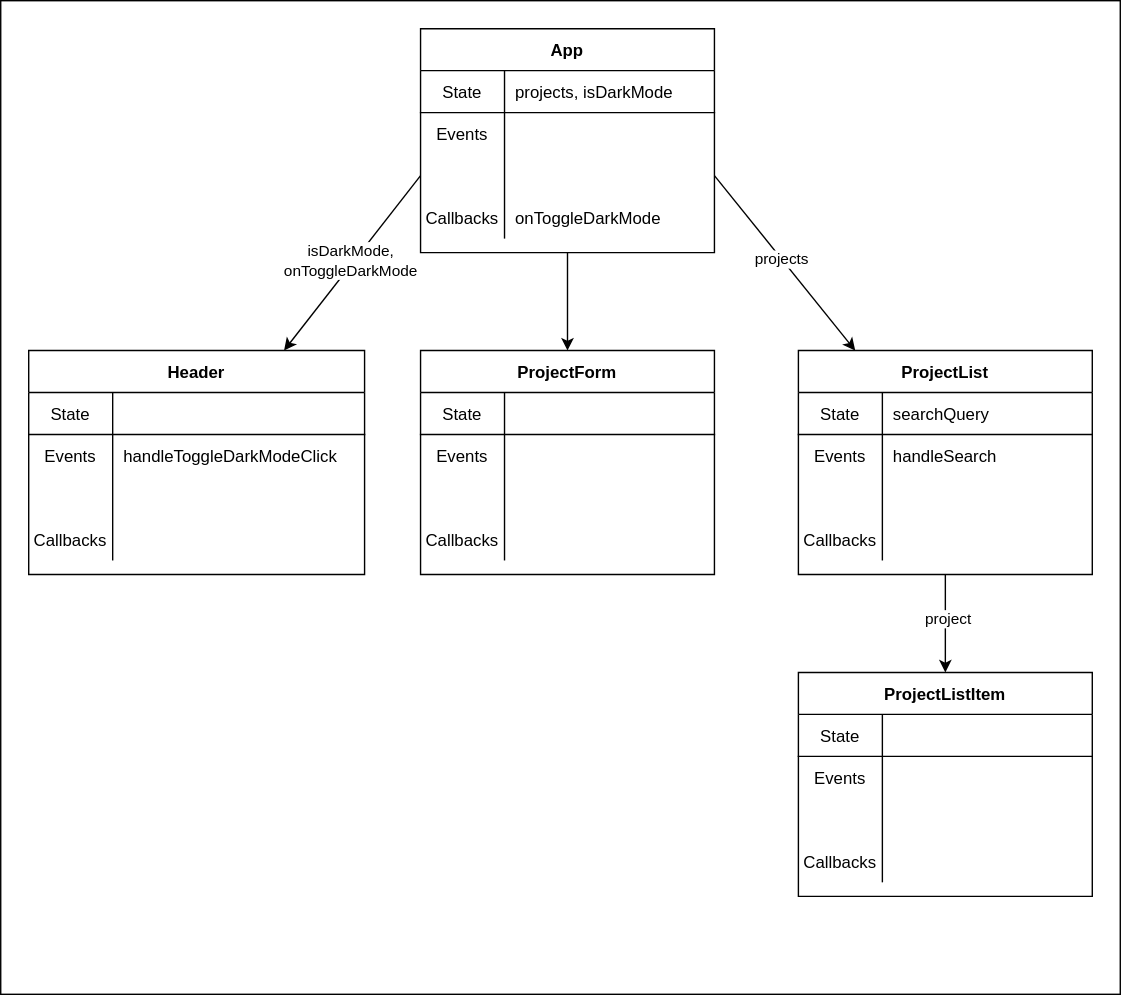
learn-co-students/SENG-LIVE-080822-Phase-2-React keeps this draw.io diagram as 04_react_forms/assets/component-hierarchy-with-data-flow.drawio.svg. Above is the earlier version. Source tidied: cells renumbered, new cells last; positions are measured from the earlier drawing's top-left corner, leaving out a move shared by most shapes. Source of this version:
```xml
<mxGraphModel>
  <root>
    <mxCell id="0" />
    <mxCell id="1" parent="0" />
    <mxCell id="2" style="rounded=0;whiteSpace=wrap;html=1;" parent="1" vertex="1">
      <mxGeometry width="800" height="710" as="geometry" />
    </mxCell>
    <mxCell id="3" style="edgeStyle=none;html=1;exitX=0;exitY=0.5;exitDx=0;exitDy=0;" parent="1" edge="1" source="15" target="21">
      <mxGeometry relative="1" as="geometry" />
    </mxCell>
    <mxCell id="4" value="isDarkMode,&lt;br&gt;onToggleDarkMode" style="edgeLabel;html=1;align=center;verticalAlign=middle;" parent="3" vertex="1">
      <mxGeometry y="-3" relative="1" as="geometry" />
    </mxCell>
    <mxCell id="5" style="edgeStyle=none;html=1;" parent="1" edge="1" source="8" target="34">
      <mxGeometry relative="1" as="geometry" />
    </mxCell>
    <mxCell id="6" style="edgeStyle=none;html=1;exitX=1;exitY=0.5;exitDx=0;exitDy=0;" parent="1" edge="1" source="15" target="49">
      <mxGeometry relative="1" as="geometry" />
    </mxCell>
    <mxCell id="7" value="projects" style="edgeLabel;html=1;align=center;verticalAlign=middle;" parent="6" vertex="1">
      <mxGeometry x="-0.06" relative="1" as="geometry" />
    </mxCell>
    <mxCell id="8" value="App" style="shape=table;startSize=30;rowLines=0;fontStyle=1;align=center;" parent="1" vertex="1">
      <mxGeometry x="300" y="20" width="210" height="160" as="geometry" />
    </mxCell>
    <mxCell id="9" style="shape=partialRectangle;fillColor=none;top=0;left=0;bottom=1;right=0;" parent="8" vertex="1">
      <mxGeometry y="30" width="210" height="30" as="geometry" />
    </mxCell>
    <mxCell id="10" value="State" style="shape=partialRectangle;fillColor=none;top=0;left=0;bottom=0;right=0;fontStyle=0;overflow=hidden;" parent="9" vertex="1">
      <mxGeometry width="60" height="30" as="geometry" />
    </mxCell>
    <mxCell id="11" value="projects, isDarkMode" style="shape=partialRectangle;fillColor=none;top=0;left=0;bottom=0;right=0;align=left;spacingLeft=6;fontStyle=0;overflow=hidden;" parent="9" vertex="1">
      <mxGeometry x="60" width="150" height="30" as="geometry" />
    </mxCell>
    <mxCell id="12" style="shape=partialRectangle;fillColor=none;top=0;left=0;bottom=0;right=0;" parent="8" vertex="1">
      <mxGeometry y="60" width="210" height="30" as="geometry" />
    </mxCell>
    <mxCell id="13" value="Events" style="shape=partialRectangle;fillColor=none;top=0;left=0;bottom=0;right=0;overflow=hidden;" parent="12" vertex="1">
      <mxGeometry width="60" height="30" as="geometry" />
    </mxCell>
    <mxCell id="14" style="shape=partialRectangle;fillColor=none;top=0;left=0;bottom=0;right=0;align=left;spacingLeft=6;overflow=hidden;" parent="12" vertex="1">
      <mxGeometry x="60" width="150" height="30" as="geometry" />
    </mxCell>
    <mxCell id="15" style="shape=partialRectangle;fillColor=none;top=0;left=0;bottom=0;right=0;points=[[0,0.5],[1,0.5]];portConstraint=eastwest;" parent="8" vertex="1">
      <mxGeometry y="90" width="210" height="30" as="geometry" />
    </mxCell>
    <mxCell id="16" style="shape=partialRectangle;fillColor=none;top=0;left=0;bottom=0;right=0;overflow=hidden;" parent="15" vertex="1">
      <mxGeometry width="60" height="30" as="geometry" />
    </mxCell>
    <mxCell id="17" style="shape=partialRectangle;fillColor=none;top=0;left=0;bottom=0;right=0;align=left;spacingLeft=6;overflow=hidden;" parent="15" vertex="1">
      <mxGeometry x="60" width="150" height="30" as="geometry" />
    </mxCell>
    <mxCell id="18" style="shape=partialRectangle;fillColor=none;top=0;left=0;bottom=0;right=0;" parent="8" vertex="1">
      <mxGeometry y="120" width="210" height="30" as="geometry" />
    </mxCell>
    <mxCell id="19" value="Callbacks" style="shape=partialRectangle;fillColor=none;top=0;left=0;bottom=0;right=0;overflow=hidden;" parent="18" vertex="1">
      <mxGeometry width="60" height="30" as="geometry" />
    </mxCell>
    <mxCell id="20" value="onToggleDarkMode" style="shape=partialRectangle;fillColor=none;top=0;left=0;bottom=0;right=0;align=left;spacingLeft=6;overflow=hidden;" parent="18" vertex="1">
      <mxGeometry x="60" width="150" height="30" as="geometry" />
    </mxCell>
    <mxCell id="21" value="Header" style="shape=table;startSize=30;rowLines=0;fontStyle=1;align=center;" parent="1" vertex="1">
      <mxGeometry x="20" y="250" width="240" height="160" as="geometry" />
    </mxCell>
    <mxCell id="22" style="shape=partialRectangle;fillColor=none;top=0;left=0;bottom=1;right=0;" parent="21" vertex="1">
      <mxGeometry y="30" width="240" height="30" as="geometry" />
    </mxCell>
    <mxCell id="23" value="State" style="shape=partialRectangle;fillColor=none;top=0;left=0;bottom=0;right=0;fontStyle=0;overflow=hidden;" parent="22" vertex="1">
      <mxGeometry width="60" height="30" as="geometry" />
    </mxCell>
    <mxCell id="24" style="shape=partialRectangle;fillColor=none;top=0;left=0;bottom=0;right=0;align=left;spacingLeft=6;fontStyle=0;overflow=hidden;" parent="22" vertex="1">
      <mxGeometry x="60" width="180" height="30" as="geometry" />
    </mxCell>
    <mxCell id="25" style="shape=partialRectangle;fillColor=none;top=0;left=0;bottom=0;right=0;" parent="21" vertex="1">
      <mxGeometry y="60" width="240" height="30" as="geometry" />
    </mxCell>
    <mxCell id="26" value="Events" style="shape=partialRectangle;fillColor=none;top=0;left=0;bottom=0;right=0;overflow=hidden;" parent="25" vertex="1">
      <mxGeometry width="60" height="30" as="geometry" />
    </mxCell>
    <mxCell id="27" value="handleToggleDarkModeClick" style="shape=partialRectangle;fillColor=none;top=0;left=0;bottom=0;right=0;align=left;spacingLeft=6;overflow=hidden;" parent="25" vertex="1">
      <mxGeometry x="60" width="180" height="30" as="geometry" />
    </mxCell>
    <mxCell id="28" style="shape=partialRectangle;fillColor=none;top=0;left=0;bottom=0;right=0;" parent="21" vertex="1">
      <mxGeometry y="90" width="240" height="30" as="geometry" />
    </mxCell>
    <mxCell id="29" style="shape=partialRectangle;fillColor=none;top=0;left=0;bottom=0;right=0;overflow=hidden;" parent="28" vertex="1">
      <mxGeometry width="60" height="30" as="geometry" />
    </mxCell>
    <mxCell id="30" style="shape=partialRectangle;fillColor=none;top=0;left=0;bottom=0;right=0;align=left;spacingLeft=6;overflow=hidden;" parent="28" vertex="1">
      <mxGeometry x="60" width="180" height="30" as="geometry" />
    </mxCell>
    <mxCell id="31" style="shape=partialRectangle;fillColor=none;top=0;left=0;bottom=0;right=0;" parent="21" vertex="1">
      <mxGeometry y="120" width="240" height="30" as="geometry" />
    </mxCell>
    <mxCell id="32" value="Callbacks" style="shape=partialRectangle;fillColor=none;top=0;left=0;bottom=0;right=0;overflow=hidden;" parent="31" vertex="1">
      <mxGeometry width="60" height="30" as="geometry" />
    </mxCell>
    <mxCell id="33" style="shape=partialRectangle;fillColor=none;top=0;left=0;bottom=0;right=0;align=left;spacingLeft=6;overflow=hidden;" parent="31" vertex="1">
      <mxGeometry x="60" width="180" height="30" as="geometry" />
    </mxCell>
    <mxCell id="34" value="ProjectForm" style="shape=table;startSize=30;rowLines=0;fontStyle=1;align=center;" parent="1" vertex="1">
      <mxGeometry x="300" y="250" width="210" height="160" as="geometry" />
    </mxCell>
    <mxCell id="35" style="shape=partialRectangle;fillColor=none;top=0;left=0;bottom=1;right=0;" parent="34" vertex="1">
      <mxGeometry y="30" width="210" height="30" as="geometry" />
    </mxCell>
    <mxCell id="36" value="State" style="shape=partialRectangle;fillColor=none;top=0;left=0;bottom=0;right=0;fontStyle=0;overflow=hidden;" parent="35" vertex="1">
      <mxGeometry width="60" height="30" as="geometry" />
    </mxCell>
    <mxCell id="37" style="shape=partialRectangle;fillColor=none;top=0;left=0;bottom=0;right=0;align=left;spacingLeft=6;fontStyle=0;overflow=hidden;" parent="35" vertex="1">
      <mxGeometry x="60" width="150" height="30" as="geometry" />
    </mxCell>
    <mxCell id="38" style="shape=partialRectangle;fillColor=none;top=0;left=0;bottom=0;right=0;" parent="34" vertex="1">
      <mxGeometry y="60" width="210" height="30" as="geometry" />
    </mxCell>
    <mxCell id="39" value="Events" style="shape=partialRectangle;fillColor=none;top=0;left=0;bottom=0;right=0;overflow=hidden;" parent="38" vertex="1">
      <mxGeometry width="60" height="30" as="geometry" />
    </mxCell>
    <mxCell id="40" style="shape=partialRectangle;fillColor=none;top=0;left=0;bottom=0;right=0;align=left;spacingLeft=6;overflow=hidden;" parent="38" vertex="1">
      <mxGeometry x="60" width="150" height="30" as="geometry" />
    </mxCell>
    <mxCell id="41" style="shape=partialRectangle;fillColor=none;top=0;left=0;bottom=0;right=0;" parent="34" vertex="1">
      <mxGeometry y="90" width="210" height="30" as="geometry" />
    </mxCell>
    <mxCell id="42" style="shape=partialRectangle;fillColor=none;top=0;left=0;bottom=0;right=0;overflow=hidden;" parent="41" vertex="1">
      <mxGeometry width="60" height="30" as="geometry" />
    </mxCell>
    <mxCell id="43" style="shape=partialRectangle;fillColor=none;top=0;left=0;bottom=0;right=0;align=left;spacingLeft=6;overflow=hidden;" parent="41" vertex="1">
      <mxGeometry x="60" width="150" height="30" as="geometry" />
    </mxCell>
    <mxCell id="44" style="shape=partialRectangle;fillColor=none;top=0;left=0;bottom=0;right=0;" parent="34" vertex="1">
      <mxGeometry y="120" width="210" height="30" as="geometry" />
    </mxCell>
    <mxCell id="45" value="Callbacks" style="shape=partialRectangle;fillColor=none;top=0;left=0;bottom=0;right=0;overflow=hidden;" parent="44" vertex="1">
      <mxGeometry width="60" height="30" as="geometry" />
    </mxCell>
    <mxCell id="46" style="shape=partialRectangle;fillColor=none;top=0;left=0;bottom=0;right=0;align=left;spacingLeft=6;overflow=hidden;" parent="44" vertex="1">
      <mxGeometry x="60" width="150" height="30" as="geometry" />
    </mxCell>
    <mxCell id="47" style="edgeStyle=none;html=1;" parent="1" edge="1" source="49" target="62">
      <mxGeometry relative="1" as="geometry" />
    </mxCell>
    <mxCell id="48" value="project" style="edgeLabel;html=1;align=center;verticalAlign=middle;" parent="47" vertex="1">
      <mxGeometry x="-0.12" y="1" relative="1" as="geometry" />
    </mxCell>
    <mxCell id="49" value="ProjectList" style="shape=table;startSize=30;rowLines=0;fontStyle=1;align=center;" parent="1" vertex="1">
      <mxGeometry x="570" y="250" width="210" height="160" as="geometry" />
    </mxCell>
    <mxCell id="50" style="shape=partialRectangle;fillColor=none;top=0;left=0;bottom=1;right=0;" parent="49" vertex="1">
      <mxGeometry y="30" width="210" height="30" as="geometry" />
    </mxCell>
    <mxCell id="51" value="State" style="shape=partialRectangle;fillColor=none;top=0;left=0;bottom=0;right=0;fontStyle=0;overflow=hidden;" parent="50" vertex="1">
      <mxGeometry width="60" height="30" as="geometry" />
    </mxCell>
    <mxCell id="52" value="searchQuery" style="shape=partialRectangle;fillColor=none;top=0;left=0;bottom=0;right=0;align=left;spacingLeft=6;fontStyle=0;overflow=hidden;" parent="50" vertex="1">
      <mxGeometry x="60" width="150" height="30" as="geometry" />
    </mxCell>
    <mxCell id="53" style="shape=partialRectangle;fillColor=none;top=0;left=0;bottom=0;right=0;" parent="49" vertex="1">
      <mxGeometry y="60" width="210" height="30" as="geometry" />
    </mxCell>
    <mxCell id="54" value="Events" style="shape=partialRectangle;fillColor=none;top=0;left=0;bottom=0;right=0;overflow=hidden;" parent="53" vertex="1">
      <mxGeometry width="60" height="30" as="geometry" />
    </mxCell>
    <mxCell id="55" value="handleSearch" style="shape=partialRectangle;fillColor=none;top=0;left=0;bottom=0;right=0;align=left;spacingLeft=6;overflow=hidden;" parent="53" vertex="1">
      <mxGeometry x="60" width="150" height="30" as="geometry" />
    </mxCell>
    <mxCell id="56" style="shape=partialRectangle;fillColor=none;top=0;left=0;bottom=0;right=0;" parent="49" vertex="1">
      <mxGeometry y="90" width="210" height="30" as="geometry" />
    </mxCell>
    <mxCell id="57" style="shape=partialRectangle;fillColor=none;top=0;left=0;bottom=0;right=0;overflow=hidden;" parent="56" vertex="1">
      <mxGeometry width="60" height="30" as="geometry" />
    </mxCell>
    <mxCell id="58" style="shape=partialRectangle;fillColor=none;top=0;left=0;bottom=0;right=0;align=left;spacingLeft=6;overflow=hidden;" parent="56" vertex="1">
      <mxGeometry x="60" width="150" height="30" as="geometry" />
    </mxCell>
    <mxCell id="59" style="shape=partialRectangle;fillColor=none;top=0;left=0;bottom=0;right=0;" parent="49" vertex="1">
      <mxGeometry y="120" width="210" height="30" as="geometry" />
    </mxCell>
    <mxCell id="60" value="Callbacks" style="shape=partialRectangle;fillColor=none;top=0;left=0;bottom=0;right=0;overflow=hidden;" parent="59" vertex="1">
      <mxGeometry width="60" height="30" as="geometry" />
    </mxCell>
    <mxCell id="61" style="shape=partialRectangle;fillColor=none;top=0;left=0;bottom=0;right=0;align=left;spacingLeft=6;overflow=hidden;" parent="59" vertex="1">
      <mxGeometry x="60" width="150" height="30" as="geometry" />
    </mxCell>
    <mxCell id="62" value="ProjectListItem" style="shape=table;startSize=30;rowLines=0;fontStyle=1;align=center;" parent="1" vertex="1">
      <mxGeometry x="570" y="480" width="210" height="160" as="geometry" />
    </mxCell>
    <mxCell id="63" style="shape=partialRectangle;fillColor=none;top=0;left=0;bottom=1;right=0;" parent="62" vertex="1">
      <mxGeometry y="30" width="210" height="30" as="geometry" />
    </mxCell>
    <mxCell id="64" value="State" style="shape=partialRectangle;fillColor=none;top=0;left=0;bottom=0;right=0;fontStyle=0;overflow=hidden;" parent="63" vertex="1">
      <mxGeometry width="60" height="30" as="geometry" />
    </mxCell>
    <mxCell id="65" style="shape=partialRectangle;fillColor=none;top=0;left=0;bottom=0;right=0;align=left;spacingLeft=6;fontStyle=0;overflow=hidden;" parent="63" vertex="1">
      <mxGeometry x="60" width="150" height="30" as="geometry" />
    </mxCell>
    <mxCell id="66" style="shape=partialRectangle;fillColor=none;top=0;left=0;bottom=0;right=0;" parent="62" vertex="1">
      <mxGeometry y="60" width="210" height="30" as="geometry" />
    </mxCell>
    <mxCell id="67" value="Events" style="shape=partialRectangle;fillColor=none;top=0;left=0;bottom=0;right=0;overflow=hidden;" parent="66" vertex="1">
      <mxGeometry width="60" height="30" as="geometry" />
    </mxCell>
    <mxCell id="68" style="shape=partialRectangle;fillColor=none;top=0;left=0;bottom=0;right=0;align=left;spacingLeft=6;overflow=hidden;" parent="66" vertex="1">
      <mxGeometry x="60" width="150" height="30" as="geometry" />
    </mxCell>
    <mxCell id="69" style="shape=partialRectangle;fillColor=none;top=0;left=0;bottom=0;right=0;" parent="62" vertex="1">
      <mxGeometry y="90" width="210" height="30" as="geometry" />
    </mxCell>
    <mxCell id="70" style="shape=partialRectangle;fillColor=none;top=0;left=0;bottom=0;right=0;overflow=hidden;" parent="69" vertex="1">
      <mxGeometry width="60" height="30" as="geometry" />
    </mxCell>
    <mxCell id="71" style="shape=partialRectangle;fillColor=none;top=0;left=0;bottom=0;right=0;align=left;spacingLeft=6;overflow=hidden;" parent="69" vertex="1">
      <mxGeometry x="60" width="150" height="30" as="geometry" />
    </mxCell>
    <mxCell id="72" style="shape=partialRectangle;fillColor=none;top=0;left=0;bottom=0;right=0;" parent="62" vertex="1">
      <mxGeometry y="120" width="210" height="30" as="geometry" />
    </mxCell>
    <mxCell id="73" value="Callbacks" style="shape=partialRectangle;fillColor=none;top=0;left=0;bottom=0;right=0;overflow=hidden;" parent="72" vertex="1">
      <mxGeometry width="60" height="30" as="geometry" />
    </mxCell>
    <mxCell id="74" style="shape=partialRectangle;fillColor=none;top=0;left=0;bottom=0;right=0;align=left;spacingLeft=6;overflow=hidden;" parent="72" vertex="1">
      <mxGeometry x="60" width="150" height="30" as="geometry" />
    </mxCell>
  </root>
</mxGraphModel>
```
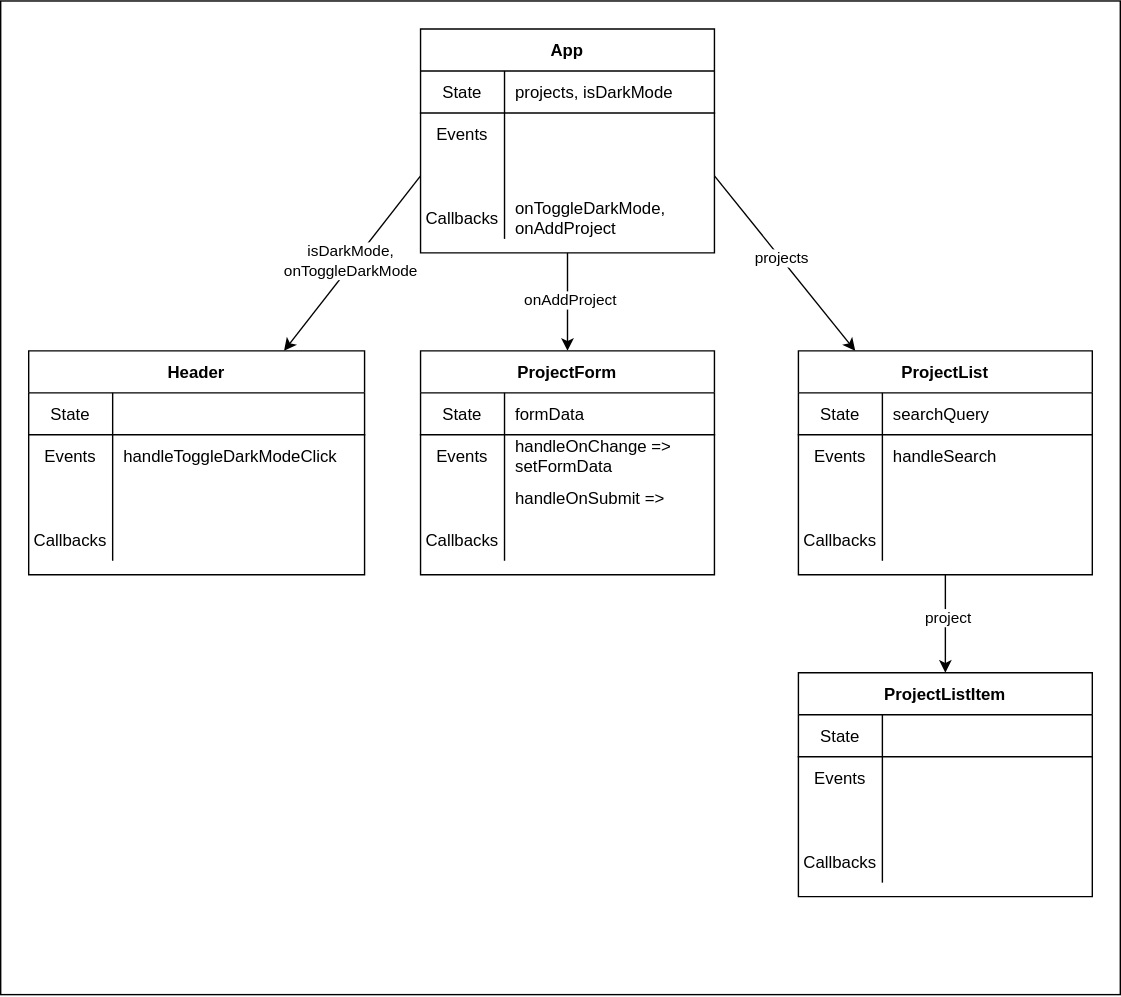
Later version of the same file.

What changed in the source:
```diff
@@ -14,6 +14,9 @@
     <mxCell id="5" style="edgeStyle=none;html=1;" parent="1" edge="1" source="8" target="34">
       <mxGeometry relative="1" as="geometry" />
     </mxCell>
+    <mxCell id="75" value="onAddProject" style="edgeLabel;html=1;align=center;verticalAlign=middle;" parent="5" vertex="1">
+      <mxGeometry x="-0.05" y="1" relative="1" as="geometry" />
+    </mxCell>
     <mxCell id="6" style="edgeStyle=none;html=1;exitX=1;exitY=0.5;exitDx=0;exitDy=0;" parent="1" edge="1" source="15" target="49">
       <mxGeometry relative="1" as="geometry" />
     </mxCell>
@@ -56,7 +59,7 @@
     <mxCell id="19" value="Callbacks" style="shape=partialRectangle;fillColor=none;top=0;left=0;bottom=0;right=0;overflow=hidden;" parent="18" vertex="1">
       <mxGeometry width="60" height="30" as="geometry" />
     </mxCell>
-    <mxCell id="20" value="onToggleDarkMode" style="shape=partialRectangle;fillColor=none;top=0;left=0;bottom=0;right=0;align=left;spacingLeft=6;overflow=hidden;" parent="18" vertex="1">
+    <mxCell id="20" value="onToggleDarkMode,&#10;onAddProject" style="shape=partialRectangle;fillColor=none;top=0;left=0;bottom=0;right=0;align=left;spacingLeft=6;overflow=hidden;" parent="18" vertex="1">
       <mxGeometry x="60" width="150" height="30" as="geometry" />
     </mxCell>
     <mxCell id="21" value="Header" style="shape=table;startSize=30;rowLines=0;fontStyle=1;align=center;" parent="1" vertex="1">
@@ -107,7 +110,7 @@
     <mxCell id="36" value="State" style="shape=partialRectangle;fillColor=none;top=0;left=0;bottom=0;right=0;fontStyle=0;overflow=hidden;" parent="35" vertex="1">
       <mxGeometry width="60" height="30" as="geometry" />
     </mxCell>
-    <mxCell id="37" style="shape=partialRectangle;fillColor=none;top=0;left=0;bottom=0;right=0;align=left;spacingLeft=6;fontStyle=0;overflow=hidden;" parent="35" vertex="1">
+    <mxCell id="37" value="formData" style="shape=partialRectangle;fillColor=none;top=0;left=0;bottom=0;right=0;align=left;spacingLeft=6;fontStyle=0;overflow=hidden;" parent="35" vertex="1">
       <mxGeometry x="60" width="150" height="30" as="geometry" />
     </mxCell>
     <mxCell id="38" style="shape=partialRectangle;fillColor=none;top=0;left=0;bottom=0;right=0;" parent="34" vertex="1">
@@ -116,7 +119,7 @@
     <mxCell id="39" value="Events" style="shape=partialRectangle;fillColor=none;top=0;left=0;bottom=0;right=0;overflow=hidden;" parent="38" vertex="1">
       <mxGeometry width="60" height="30" as="geometry" />
     </mxCell>
-    <mxCell id="40" style="shape=partialRectangle;fillColor=none;top=0;left=0;bottom=0;right=0;align=left;spacingLeft=6;overflow=hidden;" parent="38" vertex="1">
+    <mxCell id="40" value="handleOnChange =&gt; &#10;setFormData" style="shape=partialRectangle;fillColor=none;top=0;left=0;bottom=0;right=0;align=left;spacingLeft=6;overflow=hidden;" parent="38" vertex="1">
       <mxGeometry x="60" width="150" height="30" as="geometry" />
     </mxCell>
     <mxCell id="41" style="shape=partialRectangle;fillColor=none;top=0;left=0;bottom=0;right=0;" parent="34" vertex="1">
@@ -125,7 +128,7 @@
     <mxCell id="42" style="shape=partialRectangle;fillColor=none;top=0;left=0;bottom=0;right=0;overflow=hidden;" parent="41" vertex="1">
       <mxGeometry width="60" height="30" as="geometry" />
     </mxCell>
-    <mxCell id="43" style="shape=partialRectangle;fillColor=none;top=0;left=0;bottom=0;right=0;align=left;spacingLeft=6;overflow=hidden;" parent="41" vertex="1">
+    <mxCell id="43" value="handleOnSubmit =&gt; " style="shape=partialRectangle;fillColor=none;top=0;left=0;bottom=0;right=0;align=left;spacingLeft=6;overflow=hidden;" parent="41" vertex="1">
       <mxGeometry x="60" width="150" height="30" as="geometry" />
     </mxCell>
     <mxCell id="44" style="shape=partialRectangle;fillColor=none;top=0;left=0;bottom=0;right=0;" parent="34" vertex="1">
```
